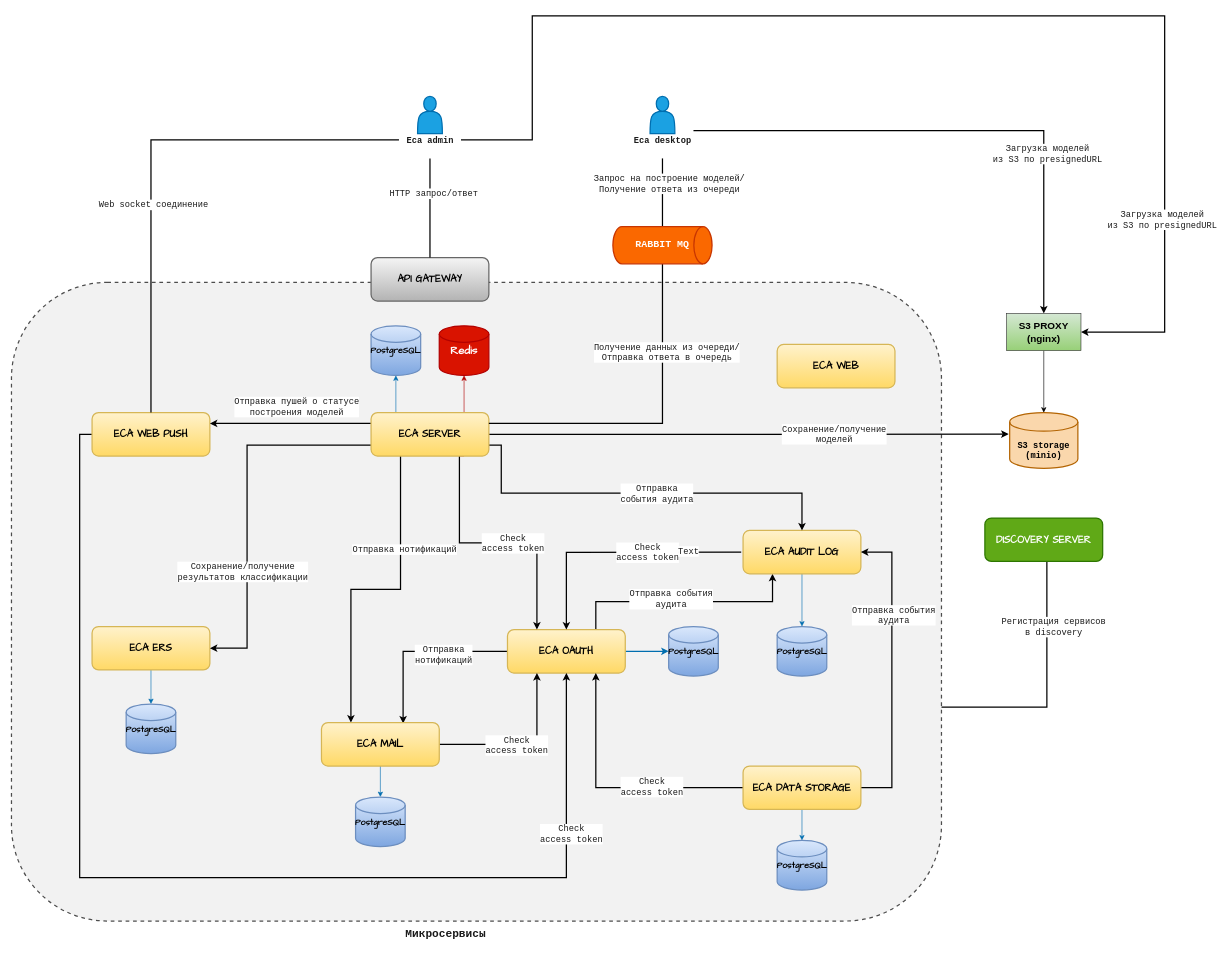
Above: doc/schemas/eca-service-architecture.drawio in Stonnos/eca-service (draw.io), before the change. Source tidied: cells renumbered, new cells numbered last; positions are measured from the earlier drawing's top-left corner, leaving out a move shared by most shapes. Both pictures are drawn from the tidied source at 62%, with x=0, y=0 at pixel (11, 16).
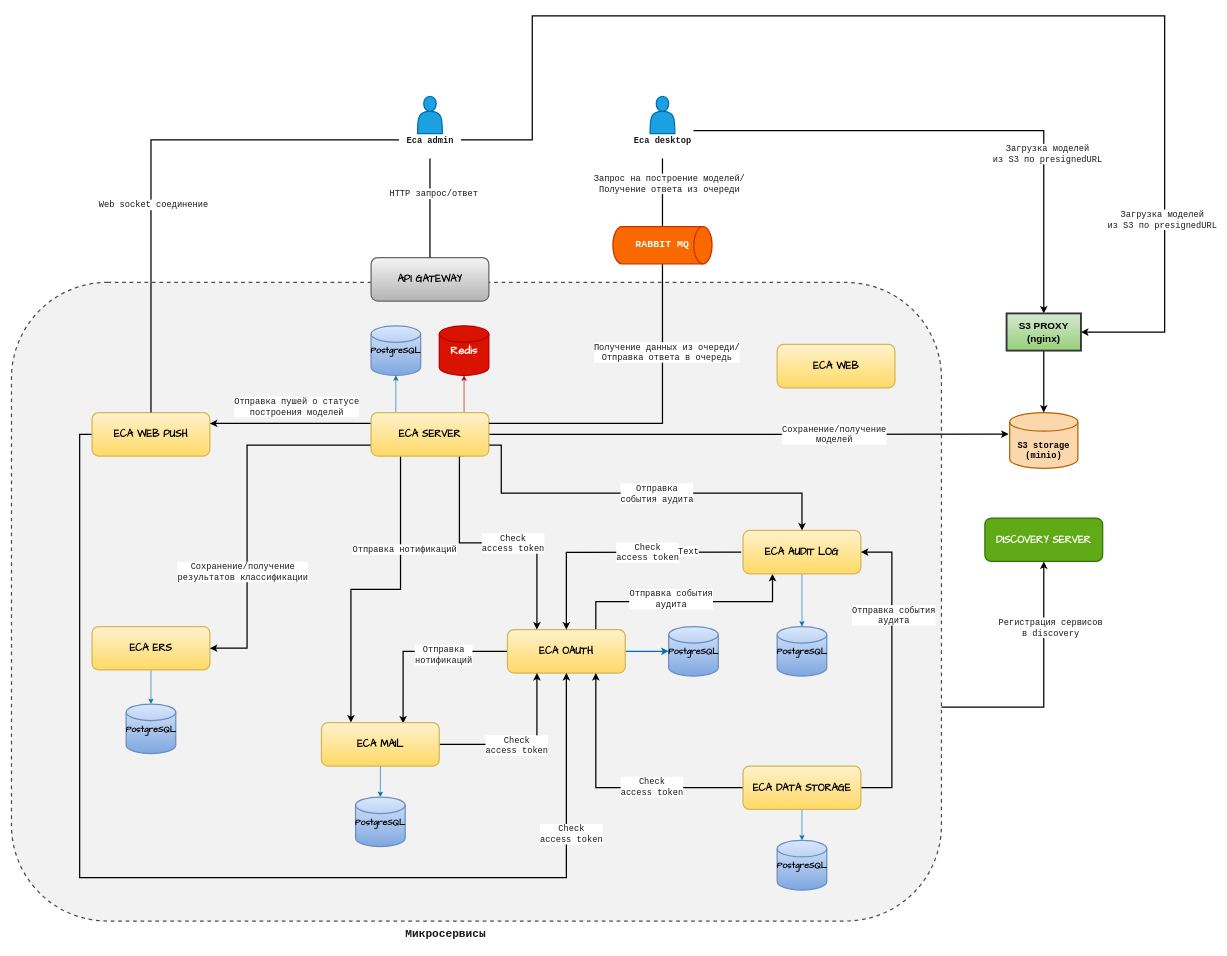
The same diagram, later.

Unchanged cells that the change refers to:
```xml
<mxCell id="4" style="rounded=1;whiteSpace=wrap;html=1;dashed=1;strokeWidth=2;strokeColor=#4D4D4D;fillColor=#F2F2F2;" parent="1" vertex="1">
  <mxGeometry y="430" width="1500" height="1030" as="geometry" />
</mxCell>
<mxCell id="68" value="&lt;b&gt;&lt;br&gt;&lt;br&gt;S3 storage&lt;br&gt;(minio)&lt;br&gt;&lt;/b&gt;" style="strokeWidth=2;html=1;shape=mxgraph.flowchart.database;whiteSpace=wrap;fontFamily=Courier New;fontSize=14;fillColor=#fad7ac;strokeColor=#b46504;" parent="1" vertex="1">
  <mxGeometry x="1610" y="640" width="110" height="90" as="geometry" />
</mxCell>
<mxCell id="72" value="&lt;font face=&quot;Comic Sans MS&quot;&gt;&lt;span style=&quot;font-size: 16px;&quot;&gt;&lt;b&gt;DISCOVERY SERVER&lt;/b&gt;&lt;/span&gt;&lt;/font&gt;" style="rounded=1;whiteSpace=wrap;html=1;strokeColor=#2D7600;strokeWidth=2;fillColor=#60a917;fontColor=#ffffff;" parent="1" vertex="1">
  <mxGeometry x="1570" y="810" width="190" height="70" as="geometry" />
</mxCell>
```

Diff of the diagram source:
```diff
@@
-    <mxCell id="70" style="edgeStyle=orthogonalEdgeStyle;rounded=0;jettySize=auto;html=1;exitX=0.5;exitY=1;exitDx=0;exitDy=0;entryX=1;entryY=0.665;entryDx=0;entryDy=0;entryPerimeter=0;fontFamily=Courier New;fontSize=18;fontColor=#1A1A1A;endArrow=none;endFill=0;strokeWidth=2;" parent="1" edge="1" source="72" target="4">
+    <mxCell id="70" style="edgeStyle=orthogonalEdgeStyle;rounded=0;jettySize=auto;html=1;entryX=1;entryY=0.665;entryDx=0;entryDy=0;entryPerimeter=0;fontFamily=Courier New;fontSize=18;fontColor=#1A1A1A;endArrow=none;endFill=0;strokeWidth=2;startArrow=classic;startFill=1;exitX=0.5;exitY=1;exitDx=0;exitDy=0;" parent="1" edge="1" source="72" target="4">
       <mxGeometry relative="1" as="geometry">
         <Array as="points">
-          <mxPoint x="1670" y="880" />
-          <mxPoint x="1670" y="1115" />
+          <mxPoint x="1665" y="1115" />
         </Array>
       </mxGeometry>
     </mxCell>
@@
-    <mxCell id="77" style="edgeStyle=orthogonalEdgeStyle;rounded=0;jettySize=auto;html=1;exitX=0.5;exitY=1;exitDx=0;exitDy=0;fontSize=16;" parent="1" edge="1" source="78" target="68">
+    <mxCell id="77" style="edgeStyle=orthogonalEdgeStyle;rounded=0;jettySize=auto;html=1;exitX=0.5;exitY=1;exitDx=0;exitDy=0;fontSize=16;strokeWidth=2;" parent="1" edge="1" source="78" target="68">
       <mxGeometry relative="1" as="geometry" />
     </mxCell>
-    <mxCell id="78" value="&lt;b style=&quot;font-size: 16px;&quot;&gt;S3 PROXY&lt;br&gt;(nginx)&lt;/b&gt;" style="rounded=0;whiteSpace=wrap;html=1;fillColor=#d5e8d4;strokeColor=#333333;gradientColor=#97d077;" parent="1" vertex="1">
+    <mxCell id="78" value="&lt;b style=&quot;font-size: 16px;&quot;&gt;S3 PROXY&lt;br&gt;(nginx)&lt;/b&gt;" style="rounded=0;whiteSpace=wrap;html=1;fillColor=#d5e8d4;strokeColor=#333333;gradientColor=#97d077;strokeWidth=3;" parent="1" vertex="1">
       <mxGeometry x="1605" y="480" width="120" height="60" as="geometry" />
     </mxCell>
```
